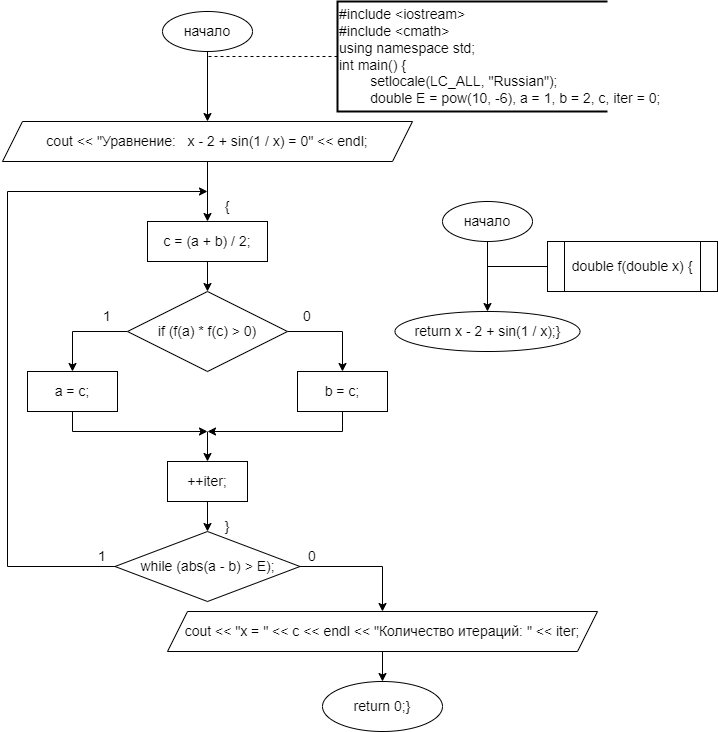
This is Метод половинного деления.drawio.png from SonyAkb/Methods, a draw.io export, as it was before one commit. Source tidied: cells renumbered, new cells last; positions are measured from the earlier drawing's top-left corner, leaving out a move shared by most shapes. Its diagram source:
```xml
<mxGraphModel>
  <root>
    <mxCell id="0" />
    <mxCell id="1" parent="0" />
    <mxCell id="2" style="edgeStyle=orthogonalEdgeStyle;rounded=0;jettySize=auto;html=1;fontSize=14;" parent="1" edge="1" source="3" target="5">
      <mxGeometry relative="1" as="geometry" />
    </mxCell>
    <mxCell id="3" value="&lt;font style=&quot;font-size: 14px;&quot;&gt;начало&lt;/font&gt;" style="ellipse;whiteSpace=wrap;html=1;fontSize=14;" parent="1" vertex="1">
      <mxGeometry x="160" y="10" width="90" height="40" as="geometry" />
    </mxCell>
    <mxCell id="4" style="edgeStyle=orthogonalEdgeStyle;rounded=0;jettySize=auto;html=1;entryX=0.5;entryY=0;entryDx=0;entryDy=0;fontSize=14;" parent="1" edge="1" source="5" target="9">
      <mxGeometry relative="1" as="geometry" />
    </mxCell>
    <mxCell id="5" value="cout &amp;lt;&amp;lt; &quot;Уравнение:&amp;nbsp; &amp;nbsp;x - 2 + sin(1 / x) = 0&quot; &amp;lt;&amp;lt; endl;" style="shape=parallelogram;perimeter=parallelogramPerimeter;whiteSpace=wrap;html=1;fixedSize=1;fontSize=14;" parent="1" vertex="1">
      <mxGeometry y="120" width="410" height="40" as="geometry" />
    </mxCell>
    <mxCell id="6" value="&lt;div style=&quot;font-size: 14px;&quot;&gt;#include &amp;lt;iostream&amp;gt;&lt;/div&gt;&lt;div style=&quot;font-size: 14px;&quot;&gt;#include &amp;lt;cmath&amp;gt;&lt;/div&gt;&lt;div style=&quot;font-size: 14px;&quot;&gt;using namespace std;&lt;/div&gt;&lt;div style=&quot;font-size: 14px;&quot;&gt;&lt;div style=&quot;font-size: 14px;&quot;&gt;int main() {&lt;/div&gt;&lt;div style=&quot;font-size: 14px;&quot;&gt;&lt;span style=&quot;white-space: pre; font-size: 14px;&quot;&gt;&#9;&lt;/span&gt;setlocale(LC_ALL, &quot;Russian&quot;);&lt;span style=&quot;font-size: 14px;&quot;&gt;&lt;/span&gt;&lt;/div&gt;&lt;div style=&quot;font-size: 14px;&quot;&gt;&lt;span style=&quot;font-size: 14px;&quot;&gt;&lt;span style=&quot;white-space: pre; font-size: 14px;&quot;&gt;&#9;&lt;/span&gt;double E = pow(10, -6), a = 1, b = 2, c, iter = 0;&lt;/span&gt;&lt;/div&gt;&lt;/div&gt;" style="strokeWidth=2;html=1;shape=mxgraph.flowchart.annotation_1;align=left;fontSize=14;" parent="1" vertex="1">
      <mxGeometry x="335" width="270" height="110" as="geometry" />
    </mxCell>
    <mxCell id="7" style="endArrow=none;dashed=1;html=1;rounded=0;exitX=0;exitY=0.5;exitDx=0;exitDy=0;exitPerimeter=0;fontSize=14;" parent="1" edge="1" source="6">
      <mxGeometry relative="1" as="geometry">
        <mxPoint x="205" y="55" as="targetPoint" />
      </mxGeometry>
    </mxCell>
    <mxCell id="8" style="edgeStyle=orthogonalEdgeStyle;rounded=0;jettySize=auto;html=1;fontSize=14;" parent="1" edge="1" source="9" target="12">
      <mxGeometry relative="1" as="geometry" />
    </mxCell>
    <mxCell id="9" value="c = (a + b) / 2;" style="rounded=0;whiteSpace=wrap;html=1;fontSize=14;" parent="1" vertex="1">
      <mxGeometry x="145" y="220" width="120" height="40" as="geometry" />
    </mxCell>
    <mxCell id="10" style="edgeStyle=orthogonalEdgeStyle;rounded=0;jettySize=auto;html=1;entryX=0.5;entryY=0;entryDx=0;entryDy=0;fontSize=14;" parent="1" edge="1" source="12" target="13">
      <mxGeometry relative="1" as="geometry" />
    </mxCell>
    <mxCell id="11" style="edgeStyle=orthogonalEdgeStyle;rounded=0;jettySize=auto;html=1;entryX=0.5;entryY=0;entryDx=0;entryDy=0;fontSize=14;" parent="1" edge="1" source="12" target="14">
      <mxGeometry relative="1" as="geometry" />
    </mxCell>
    <mxCell id="12" value="if (f(a) * f(c) &amp;gt; 0)" style="rhombus;whiteSpace=wrap;html=1;fontSize=14;" parent="1" vertex="1">
      <mxGeometry x="125" y="290" width="160" height="80" as="geometry" />
    </mxCell>
    <mxCell id="13" value="a = c;" style="rounded=0;whiteSpace=wrap;html=1;fontSize=14;" parent="1" vertex="1">
      <mxGeometry x="25" y="370" width="90" height="40" as="geometry" />
    </mxCell>
    <mxCell id="14" value="b = c;" style="rounded=0;whiteSpace=wrap;html=1;fontSize=14;" parent="1" vertex="1">
      <mxGeometry x="295" y="370" width="90" height="40" as="geometry" />
    </mxCell>
    <mxCell id="15" value="1" style="text;html=1;strokeColor=none;fillColor=none;align=center;verticalAlign=middle;whiteSpace=wrap;rounded=0;fontSize=14;" parent="1" vertex="1">
      <mxGeometry x="85" y="300" width="40" height="30" as="geometry" />
    </mxCell>
    <mxCell id="16" value="0" style="text;html=1;strokeColor=none;fillColor=none;align=center;verticalAlign=middle;whiteSpace=wrap;rounded=0;fontSize=14;" parent="1" vertex="1">
      <mxGeometry x="285" y="300" width="40" height="30" as="geometry" />
    </mxCell>
    <mxCell id="17" style="endArrow=classic;html=1;rounded=0;exitX=0.5;exitY=1;exitDx=0;exitDy=0;fontSize=14;" parent="1" edge="1" source="13">
      <mxGeometry relative="1" as="geometry">
        <mxPoint x="205" y="430" as="targetPoint" />
        <Array as="points">
          <mxPoint x="70" y="430" />
        </Array>
      </mxGeometry>
    </mxCell>
    <mxCell id="18" style="endArrow=classic;html=1;rounded=0;exitX=0.5;exitY=1;exitDx=0;exitDy=0;fontSize=14;" parent="1" edge="1" source="14">
      <mxGeometry relative="1" as="geometry">
        <mxPoint x="205" y="430" as="targetPoint" />
        <Array as="points">
          <mxPoint x="340" y="430" />
        </Array>
      </mxGeometry>
    </mxCell>
    <mxCell id="19" style="endArrow=classic;html=1;rounded=0;fontSize=14;" parent="1" edge="1" target="21">
      <mxGeometry relative="1" as="geometry">
        <mxPoint x="205" y="430" as="sourcePoint" />
      </mxGeometry>
    </mxCell>
    <mxCell id="20" style="edgeStyle=orthogonalEdgeStyle;rounded=0;jettySize=auto;html=1;entryX=0.5;entryY=0;entryDx=0;entryDy=0;fontSize=14;" parent="1" edge="1" source="21" target="23">
      <mxGeometry relative="1" as="geometry" />
    </mxCell>
    <mxCell id="21" value="++iter;" style="rounded=0;whiteSpace=wrap;html=1;fontSize=14;" parent="1" vertex="1">
      <mxGeometry x="165" y="460" width="80" height="40" as="geometry" />
    </mxCell>
    <mxCell id="22" style="endArrow=classic;html=1;rounded=0;exitX=0;exitY=0.5;exitDx=0;exitDy=0;fontSize=14;" parent="1" edge="1" source="23">
      <mxGeometry relative="1" as="geometry">
        <mxPoint x="205" y="190" as="targetPoint" />
        <Array as="points">
          <mxPoint x="5" y="565" />
          <mxPoint x="5" y="190" />
        </Array>
      </mxGeometry>
    </mxCell>
    <mxCell id="23" value="while (abs(a - b) &amp;gt; E);" style="rhombus;whiteSpace=wrap;html=1;fontSize=14;" parent="1" vertex="1">
      <mxGeometry x="112.5" y="530" width="185" height="70" as="geometry" />
    </mxCell>
    <mxCell id="24" value="1" style="text;html=1;strokeColor=none;fillColor=none;align=center;verticalAlign=middle;whiteSpace=wrap;rounded=0;fontSize=14;" parent="1" vertex="1">
      <mxGeometry x="80" y="540" width="40" height="30" as="geometry" />
    </mxCell>
    <mxCell id="25" style="edgeStyle=orthogonalEdgeStyle;rounded=0;jettySize=auto;html=1;entryX=0.5;entryY=0;entryDx=0;entryDy=0;" parent="1" edge="1" source="26" target="31">
      <mxGeometry relative="1" as="geometry" />
    </mxCell>
    <mxCell id="26" value="cout &amp;lt;&amp;lt; &quot;x = &quot; &amp;lt;&amp;lt; c &amp;lt;&amp;lt; endl &amp;lt;&amp;lt; &quot;Количество итераций: &quot; &amp;lt;&amp;lt; iter;" style="shape=parallelogram;perimeter=parallelogramPerimeter;whiteSpace=wrap;html=1;fixedSize=1;fontSize=14;" parent="1" vertex="1">
      <mxGeometry x="165" y="610" width="430" height="40" as="geometry" />
    </mxCell>
    <mxCell id="27" style="endArrow=classic;html=1;rounded=0;exitX=1;exitY=0.5;exitDx=0;exitDy=0;entryX=0.5;entryY=0;entryDx=0;entryDy=0;fontSize=14;" parent="1" edge="1" source="23" target="26">
      <mxGeometry relative="1" as="geometry">
        <Array as="points">
          <mxPoint x="380" y="565" />
        </Array>
      </mxGeometry>
    </mxCell>
    <mxCell id="28" value="0" style="text;html=1;strokeColor=none;fillColor=none;align=center;verticalAlign=middle;whiteSpace=wrap;rounded=0;fontSize=14;" parent="1" vertex="1">
      <mxGeometry x="290" y="540" width="40" height="30" as="geometry" />
    </mxCell>
    <mxCell id="29" value="{" style="text;html=1;strokeColor=none;fillColor=none;align=center;verticalAlign=middle;whiteSpace=wrap;rounded=0;fontSize=14;" parent="1" vertex="1">
      <mxGeometry x="205" y="190" width="40" height="30" as="geometry" />
    </mxCell>
    <mxCell id="30" value="}" style="text;html=1;strokeColor=none;fillColor=none;align=center;verticalAlign=middle;whiteSpace=wrap;rounded=0;fontSize=14;" parent="1" vertex="1">
      <mxGeometry x="205" y="510" width="40" height="30" as="geometry" />
    </mxCell>
    <mxCell id="31" value="return 0;}" style="ellipse;whiteSpace=wrap;html=1;fontSize=14;" parent="1" vertex="1">
      <mxGeometry x="320" y="680" width="120" height="50" as="geometry" />
    </mxCell>
    <mxCell id="32" value="&lt;font style=&quot;font-size: 14px;&quot;&gt;начало&lt;/font&gt;" style="ellipse;whiteSpace=wrap;html=1;fontSize=14;" parent="1" vertex="1">
      <mxGeometry x="440" y="200" width="90" height="40" as="geometry" />
    </mxCell>
    <mxCell id="33" value="&lt;font style=&quot;font-size: 14px;&quot;&gt;return x - 2 + sin(1 / x);}&lt;/font&gt;" style="ellipse;whiteSpace=wrap;html=1;fontSize=14;" parent="1" vertex="1">
      <mxGeometry x="392.5" y="310" width="185" height="40" as="geometry" />
    </mxCell>
    <mxCell id="34" value="double f(double x) {" style="shape=process;whiteSpace=wrap;html=1;backgroundOutline=1;fontSize=14;" parent="1" vertex="1">
      <mxGeometry x="545" y="240" width="170" height="50" as="geometry" />
    </mxCell>
    <mxCell id="35" style="endArrow=classic;html=1;rounded=0;exitX=0.5;exitY=1;exitDx=0;exitDy=0;entryX=0.5;entryY=0;entryDx=0;entryDy=0;" parent="1" edge="1" source="32" target="33">
      <mxGeometry relative="1" as="geometry" />
    </mxCell>
    <mxCell id="36" style="endArrow=none;html=1;rounded=0;entryX=0;entryY=0.5;entryDx=0;entryDy=0;" parent="1" edge="1" target="34">
      <mxGeometry relative="1" as="geometry">
        <mxPoint x="485" y="265" as="sourcePoint" />
      </mxGeometry>
    </mxCell>
  </root>
</mxGraphModel>
```
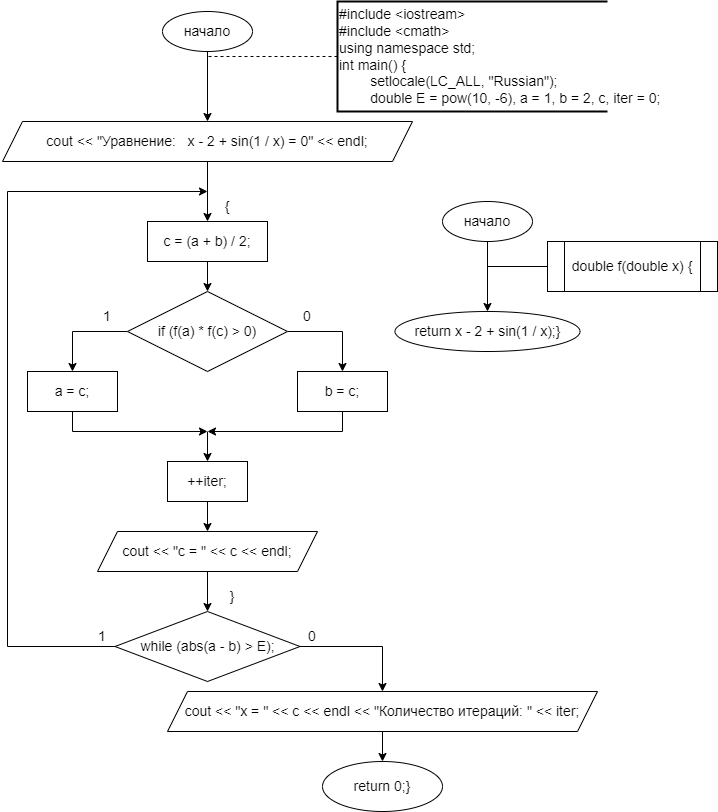
Later version of the same file.

The edit, as a diff of the source:
```diff
@@ -70,9 +70,9 @@
         <mxPoint x="205" y="430" as="sourcePoint" />
       </mxGeometry>
     </mxCell>
-    <mxCell id="20" style="edgeStyle=orthogonalEdgeStyle;rounded=0;jettySize=auto;html=1;entryX=0.5;entryY=0;entryDx=0;entryDy=0;fontSize=14;" parent="1" edge="1" source="21" target="23">
-      <mxGeometry relative="1" as="geometry" />
-    </mxCell>
+    <mxCell id="37" style="edgeStyle=orthogonalEdgeStyle;rounded=0;jettySize=auto;html=1;entryX=0.5;entryY=0;entryDx=0;entryDy=0;" parent="1" edge="1" source="21" target="39">
+      <mxGeometry relative="1" as="geometry" />
+    </mxCell>
     <mxCell id="21" value="++iter;" style="rounded=0;whiteSpace=wrap;html=1;fontSize=14;" parent="1" vertex="1">
       <mxGeometry x="165" y="460" width="80" height="40" as="geometry" />
     </mxCell>
@@ -80,41 +80,41 @@
       <mxGeometry relative="1" as="geometry">
         <mxPoint x="205" y="190" as="targetPoint" />
         <Array as="points">
-          <mxPoint x="5" y="565" />
+          <mxPoint x="5" y="645" />
           <mxPoint x="5" y="190" />
         </Array>
       </mxGeometry>
     </mxCell>
     <mxCell id="23" value="while (abs(a - b) &amp;gt; E);" style="rhombus;whiteSpace=wrap;html=1;fontSize=14;" parent="1" vertex="1">
-      <mxGeometry x="112.5" y="530" width="185" height="70" as="geometry" />
+      <mxGeometry x="112.5" y="610" width="185" height="70" as="geometry" />
     </mxCell>
     <mxCell id="24" value="1" style="text;html=1;strokeColor=none;fillColor=none;align=center;verticalAlign=middle;whiteSpace=wrap;rounded=0;fontSize=14;" parent="1" vertex="1">
-      <mxGeometry x="80" y="540" width="40" height="30" as="geometry" />
+      <mxGeometry x="80" y="620" width="40" height="30" as="geometry" />
     </mxCell>
     <mxCell id="25" style="edgeStyle=orthogonalEdgeStyle;rounded=0;jettySize=auto;html=1;entryX=0.5;entryY=0;entryDx=0;entryDy=0;" parent="1" edge="1" source="26" target="31">
       <mxGeometry relative="1" as="geometry" />
     </mxCell>
     <mxCell id="26" value="cout &amp;lt;&amp;lt; &quot;x = &quot; &amp;lt;&amp;lt; c &amp;lt;&amp;lt; endl &amp;lt;&amp;lt; &quot;Количество итераций: &quot; &amp;lt;&amp;lt; iter;" style="shape=parallelogram;perimeter=parallelogramPerimeter;whiteSpace=wrap;html=1;fixedSize=1;fontSize=14;" parent="1" vertex="1">
-      <mxGeometry x="165" y="610" width="430" height="40" as="geometry" />
+      <mxGeometry x="165" y="690" width="430" height="40" as="geometry" />
     </mxCell>
     <mxCell id="27" style="endArrow=classic;html=1;rounded=0;exitX=1;exitY=0.5;exitDx=0;exitDy=0;entryX=0.5;entryY=0;entryDx=0;entryDy=0;fontSize=14;" parent="1" edge="1" source="23" target="26">
       <mxGeometry relative="1" as="geometry">
         <Array as="points">
-          <mxPoint x="380" y="565" />
+          <mxPoint x="380" y="645" />
         </Array>
       </mxGeometry>
     </mxCell>
     <mxCell id="28" value="0" style="text;html=1;strokeColor=none;fillColor=none;align=center;verticalAlign=middle;whiteSpace=wrap;rounded=0;fontSize=14;" parent="1" vertex="1">
-      <mxGeometry x="290" y="540" width="40" height="30" as="geometry" />
+      <mxGeometry x="290" y="620" width="40" height="30" as="geometry" />
     </mxCell>
     <mxCell id="29" value="{" style="text;html=1;strokeColor=none;fillColor=none;align=center;verticalAlign=middle;whiteSpace=wrap;rounded=0;fontSize=14;" parent="1" vertex="1">
       <mxGeometry x="205" y="190" width="40" height="30" as="geometry" />
     </mxCell>
     <mxCell id="30" value="}" style="text;html=1;strokeColor=none;fillColor=none;align=center;verticalAlign=middle;whiteSpace=wrap;rounded=0;fontSize=14;" parent="1" vertex="1">
-      <mxGeometry x="205" y="510" width="40" height="30" as="geometry" />
+      <mxGeometry x="210" y="580" width="40" height="30" as="geometry" />
     </mxCell>
     <mxCell id="31" value="return 0;}" style="ellipse;whiteSpace=wrap;html=1;fontSize=14;" parent="1" vertex="1">
-      <mxGeometry x="320" y="680" width="120" height="50" as="geometry" />
+      <mxGeometry x="320" y="760" width="120" height="50" as="geometry" />
     </mxCell>
     <mxCell id="32" value="&lt;font style=&quot;font-size: 14px;&quot;&gt;начало&lt;/font&gt;" style="ellipse;whiteSpace=wrap;html=1;fontSize=14;" parent="1" vertex="1">
       <mxGeometry x="440" y="200" width="90" height="40" as="geometry" />
@@ -133,5 +133,11 @@
         <mxPoint x="485" y="265" as="sourcePoint" />
       </mxGeometry>
     </mxCell>
+    <mxCell id="38" style="edgeStyle=orthogonalEdgeStyle;rounded=0;jettySize=auto;html=1;entryX=0.5;entryY=0;entryDx=0;entryDy=0;" parent="1" edge="1" source="39" target="23">
+      <mxGeometry relative="1" as="geometry" />
+    </mxCell>
+    <mxCell id="39" value="cout &amp;lt;&amp;lt; &quot;c = &quot; &amp;lt;&amp;lt; c &amp;lt;&amp;lt; endl;" style="shape=parallelogram;perimeter=parallelogramPerimeter;whiteSpace=wrap;html=1;fixedSize=1;fontSize=14;" parent="1" vertex="1">
+      <mxGeometry x="95" y="530" width="220" height="40" as="geometry" />
+    </mxCell>
   </root>
 </mxGraphModel>
```
